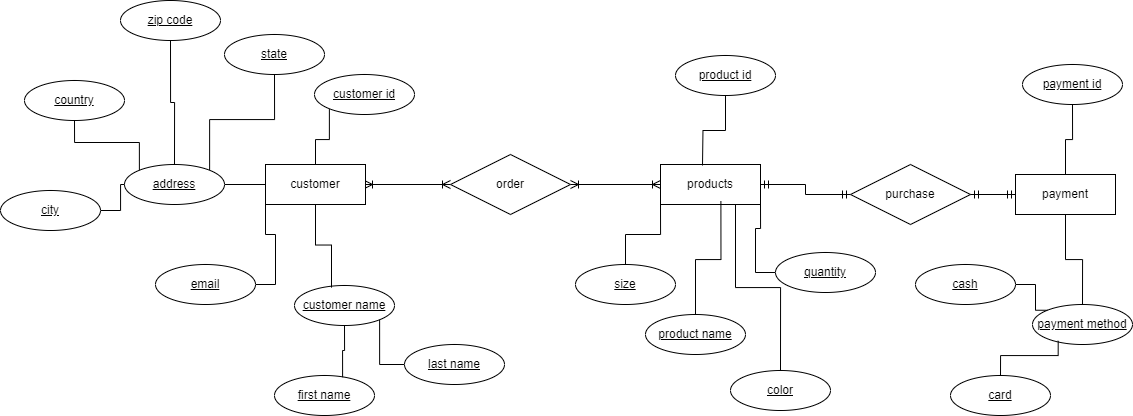
Before: module 2 database design/ERM e commerce.png, a diagram exported from draw.io (Birhane-G/IntellVision-SQLPBI). Source tidied: cells renumbered, new cells last; positions are measured from the earlier drawing's top-left corner, leaving out a move shared by most shapes.
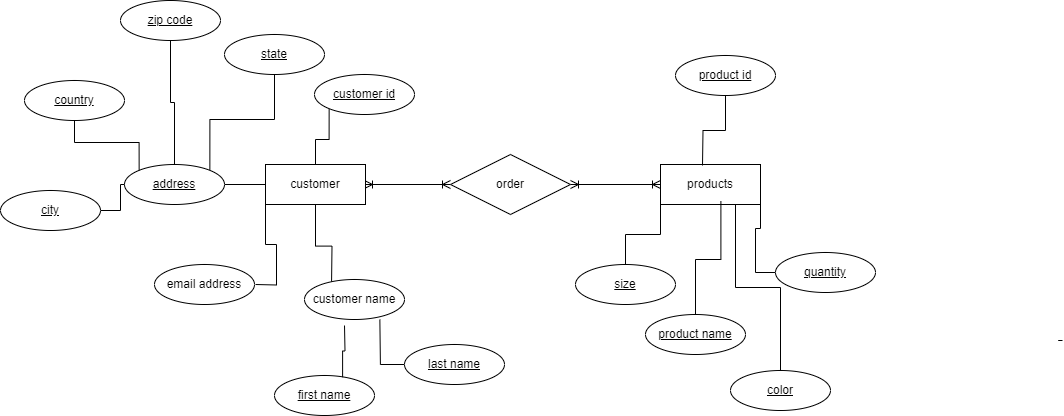
Later version of the same file.

Diff of the diagram source:
```diff
@@ -22,30 +22,12 @@
     <mxCell id="6" style="edgeStyle=orthogonalEdgeStyle;rounded=0;jettySize=auto;html=1;startArrow=ERoneToMany;startFill=0;endArrow=ERoneToMany;endFill=0;" parent="1" edge="1" source="8" target="11">
       <mxGeometry relative="1" as="geometry" />
     </mxCell>
-    <mxCell id="7" style="edgeStyle=orthogonalEdgeStyle;rounded=0;jettySize=auto;html=1;startArrow=ERmandOne;startFill=0;endArrow=ERmandOne;endFill=0;" parent="1" edge="1" source="8" target="13">
-      <mxGeometry relative="1" as="geometry" />
-    </mxCell>
     <mxCell id="8" value="products" style="whiteSpace=wrap;html=1;align=center;" parent="1" vertex="1">
       <mxGeometry x="660" y="164" width="100" height="40" as="geometry" />
     </mxCell>
-    <mxCell id="9" style="edgeStyle=orthogonalEdgeStyle;rounded=0;jettySize=auto;html=1;entryX=0.5;entryY=0;entryDx=0;entryDy=0;endArrow=none;endFill=0;" parent="1" edge="1" source="10" target="21">
-      <mxGeometry relative="1" as="geometry" />
-    </mxCell>
-    <mxCell id="10" value="payment" style="whiteSpace=wrap;html=1;align=center;" parent="1" vertex="1">
-      <mxGeometry x="1015" y="174" width="100" height="40" as="geometry" />
-    </mxCell>
     <mxCell id="11" value="order" style="shape=rhombus;perimeter=rhombusPerimeter;whiteSpace=wrap;html=1;align=center;" parent="1" vertex="1">
       <mxGeometry x="450" y="154" width="120" height="60" as="geometry" />
     </mxCell>
-    <mxCell id="12" style="edgeStyle=orthogonalEdgeStyle;rounded=0;jettySize=auto;html=1;entryX=0;entryY=0.5;entryDx=0;entryDy=0;endArrow=ERmandOne;endFill=0;startArrow=ERmandOne;startFill=0;" parent="1" edge="1" source="13" target="10">
-      <mxGeometry relative="1" as="geometry" />
-    </mxCell>
-    <mxCell id="13" value="purchase" style="shape=rhombus;perimeter=rhombusPerimeter;whiteSpace=wrap;html=1;align=center;" parent="1" vertex="1">
-      <mxGeometry x="850" y="164" width="120" height="60" as="geometry" />
-    </mxCell>
-    <mxCell id="14" value="customer name" style="ellipse;whiteSpace=wrap;html=1;align=center;fontStyle=4;" parent="1" vertex="1">
-      <mxGeometry x="294" y="285" width="100" height="40" as="geometry" />
-    </mxCell>
     <mxCell id="15" value="customer id" style="ellipse;whiteSpace=wrap;html=1;align=center;fontStyle=4;" parent="1" vertex="1">
       <mxGeometry x="314" y="74" width="100" height="40" as="geometry" />
     </mxCell>
@@ -58,17 +40,10 @@
     <mxCell id="18" value="size" style="ellipse;whiteSpace=wrap;html=1;align=center;fontStyle=4;" parent="1" vertex="1">
       <mxGeometry x="575" y="264" width="100" height="40" as="geometry" />
     </mxCell>
-    <mxCell id="19" style="edgeStyle=orthogonalEdgeStyle;rounded=0;jettySize=auto;html=1;entryX=0.5;entryY=0;entryDx=0;entryDy=0;endArrow=none;endFill=0;" parent="1" edge="1" source="20" target="10">
-      <mxGeometry relative="1" as="geometry" />
-    </mxCell>
-    <mxCell id="20" value="payment id" style="ellipse;whiteSpace=wrap;html=1;align=center;fontStyle=4;" parent="1" vertex="1">
-      <mxGeometry x="1022" y="64" width="100" height="40" as="geometry" />
-    </mxCell>
-    <mxCell id="21" value="payment method" style="ellipse;whiteSpace=wrap;html=1;align=center;fontStyle=4;" parent="1" vertex="1">
-      <mxGeometry x="1032" y="304" width="100" height="40" as="geometry" />
-    </mxCell>
-    <mxCell id="22" style="edgeStyle=orthogonalEdgeStyle;rounded=0;jettySize=auto;html=1;entryX=1;entryY=1;entryDx=0;entryDy=0;endArrow=none;endFill=0;" parent="1" edge="1" source="23" target="14">
-      <mxGeometry relative="1" as="geometry" />
+    <mxCell id="22" style="edgeStyle=orthogonalEdgeStyle;rounded=0;jettySize=auto;html=1;entryX=1;entryY=1;entryDx=0;entryDy=0;endArrow=none;endFill=0;" parent="1" edge="1" source="23">
+      <mxGeometry relative="1" as="geometry">
+        <mxPoint x="379.4" y="319.1" as="targetPoint" />
+      </mxGeometry>
     </mxCell>
     <mxCell id="23" value="last name" style="ellipse;whiteSpace=wrap;html=1;align=center;fontStyle=4;" parent="1" vertex="1">
       <mxGeometry x="404" y="344" width="100" height="40" as="geometry" />
@@ -91,12 +66,11 @@
     <mxCell id="29" value="address" style="ellipse;whiteSpace=wrap;html=1;align=center;fontStyle=4;" parent="1" vertex="1">
       <mxGeometry x="124" y="164" width="100" height="40" as="geometry" />
     </mxCell>
-    <mxCell id="30" style="edgeStyle=orthogonalEdgeStyle;rounded=0;jettySize=auto;html=1;entryX=0;entryY=1;entryDx=0;entryDy=0;endArrow=none;endFill=0;" parent="1" edge="1" source="31" target="5">
-      <mxGeometry relative="1" as="geometry" />
+    <mxCell id="30" style="edgeStyle=orthogonalEdgeStyle;rounded=0;jettySize=auto;html=1;entryX=0;entryY=1;entryDx=0;entryDy=0;endArrow=none;endFill=0;" parent="1" edge="1" target="5">
+      <mxGeometry relative="1" as="geometry">
+        <mxPoint x="255" y="284" as="sourcePoint" />
+      </mxGeometry>
     </mxCell>
-    <mxCell id="31" value="email" style="ellipse;whiteSpace=wrap;html=1;align=center;fontStyle=4;" parent="1" vertex="1">
-      <mxGeometry x="155" y="264" width="100" height="40" as="geometry" />
-    </mxCell>
     <mxCell id="32" style="edgeStyle=orthogonalEdgeStyle;rounded=0;jettySize=auto;html=1;endArrow=none;endFill=0;" parent="1" edge="1" source="33" target="29">
       <mxGeometry relative="1" as="geometry" />
     </mxCell>
@@ -132,23 +106,27 @@
         <mxPoint x="702" y="165" as="targetPoint" />
       </mxGeometry>
     </mxCell>
-    <mxCell id="43" style="edgeStyle=orthogonalEdgeStyle;rounded=0;jettySize=auto;html=1;entryX=0;entryY=0;entryDx=0;entryDy=0;endArrow=none;endFill=0;" parent="1" edge="1" source="44" target="21">
-      <mxGeometry relative="1" as="geometry" />
-    </mxCell>
-    <mxCell id="44" value="cash" style="ellipse;whiteSpace=wrap;html=1;align=center;fontStyle=4;" parent="1" vertex="1">
-      <mxGeometry x="915" y="264" width="100" height="40" as="geometry" />
-    </mxCell>
-    <mxCell id="45" style="edgeStyle=orthogonalEdgeStyle;rounded=0;jettySize=auto;html=1;entryX=0.37;entryY=0.053;entryDx=0;entryDy=0;entryPerimeter=0;endArrow=none;endFill=0;" parent="1" edge="1" source="5" target="14">
-      <mxGeometry relative="1" as="geometry" />
+    <mxCell id="45" style="edgeStyle=orthogonalEdgeStyle;rounded=0;jettySize=auto;html=1;entryX=0.37;entryY=0.053;entryDx=0;entryDy=0;entryPerimeter=0;endArrow=none;endFill=0;" parent="1" edge="1" source="5">
+      <mxGeometry relative="1" as="geometry">
+        <mxPoint x="331" y="287.1" as="targetPoint" />
+      </mxGeometry>
     </mxCell>
-    <mxCell id="46" style="edgeStyle=orthogonalEdgeStyle;rounded=0;jettySize=auto;html=1;entryX=0.681;entryY=0.044;entryDx=0;entryDy=0;entryPerimeter=0;endArrow=none;endFill=0;" parent="1" edge="1" source="14" target="24">
-      <mxGeometry relative="1" as="geometry" />
+    <mxCell id="46" style="edgeStyle=orthogonalEdgeStyle;rounded=0;jettySize=auto;html=1;entryX=0.681;entryY=0.044;entryDx=0;entryDy=0;entryPerimeter=0;endArrow=none;endFill=0;" parent="1" edge="1" target="24">
+      <mxGeometry relative="1" as="geometry">
+        <mxPoint x="344" y="325" as="sourcePoint" />
+      </mxGeometry>
     </mxCell>
-    <mxCell id="47" value="card" style="ellipse;whiteSpace=wrap;html=1;align=center;fontStyle=4;" parent="1" vertex="1">
-      <mxGeometry x="950" y="375" width="100" height="40" as="geometry" />
-    </mxCell>
-    <mxCell id="48" style="edgeStyle=orthogonalEdgeStyle;rounded=0;jettySize=auto;html=1;entryX=0.257;entryY=0.908;entryDx=0;entryDy=0;entryPerimeter=0;endArrow=none;endFill=0;" parent="1" edge="1" source="47" target="21">
-      <mxGeometry relative="1" as="geometry" />
+    <mxCell id="48" style="edgeStyle=orthogonalEdgeStyle;rounded=0;orthogonalLoop=1;jettySize=auto;html=1;entryX=0.257;entryY=0.908;entryDx=0;entryDy=0;entryPerimeter=0;endArrow=none;endFill=0;" parent="1" edge="1">
+      <mxGeometry relative="1" as="geometry">
+        <mxPoint x="1062" y="340" as="sourcePoint" />
+        <mxPoint x="1057.7" y="340.3" as="targetPoint" />
+      </mxGeometry>
     </mxCell>
+    <mxCell id="49" value="email address" style="ellipse;whiteSpace=wrap;html=1;align=center;" parent="1" vertex="1">
+      <mxGeometry x="154" y="264" width="100" height="40" as="geometry" />
+    </mxCell>
+    <mxCell id="14" value="customer name" style="ellipse;whiteSpace=wrap;html=1;align=center;" parent="1" vertex="1">
+      <mxGeometry x="304" y="279" width="100" height="40" as="geometry" />
+    </mxCell>
   </root>
 </mxGraphModel>
```
